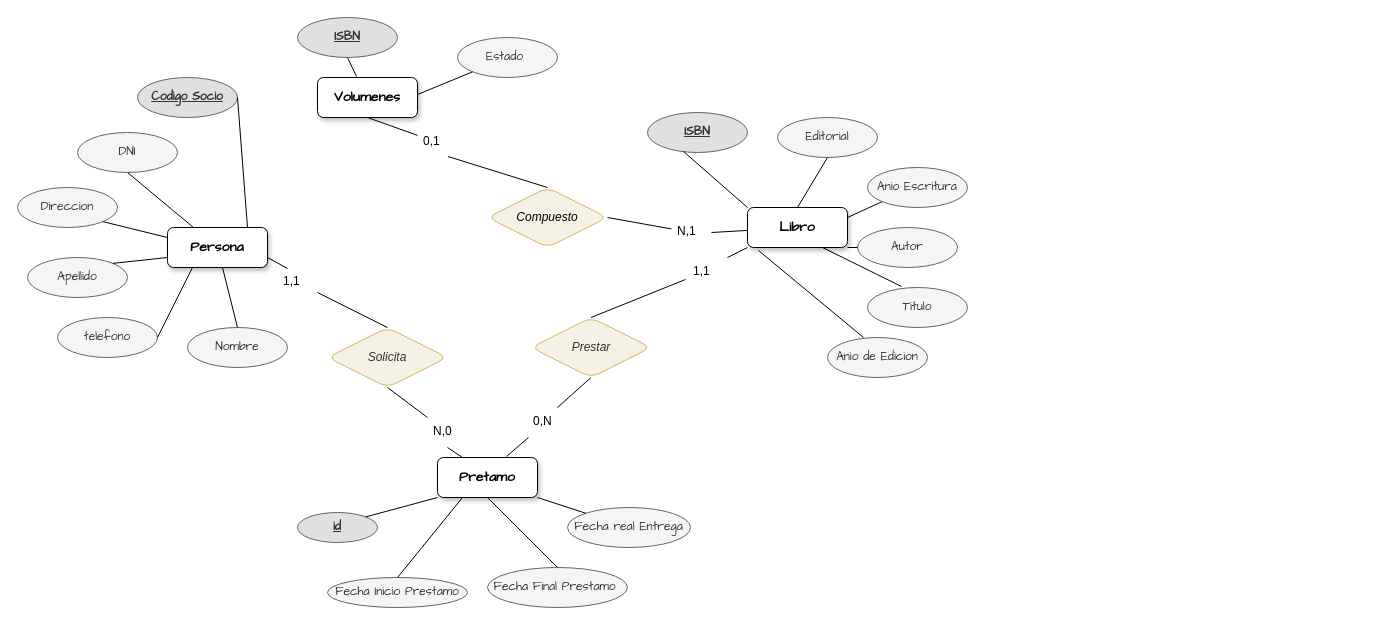
This is Actividad_01_C3_UD12.drawio from jordimall/jmg-tsys-ta12diagramasER-drawio-111023, a draw.io file, before an edit. Source tidied: cells renumbered, new cells numbered last; positions are measured from the earlier drawing's top-left corner, leaving out a move shared by most shapes. Both pictures are drawn from the tidied source at 100%, with x=0, y=0 at pixel (17, 17).
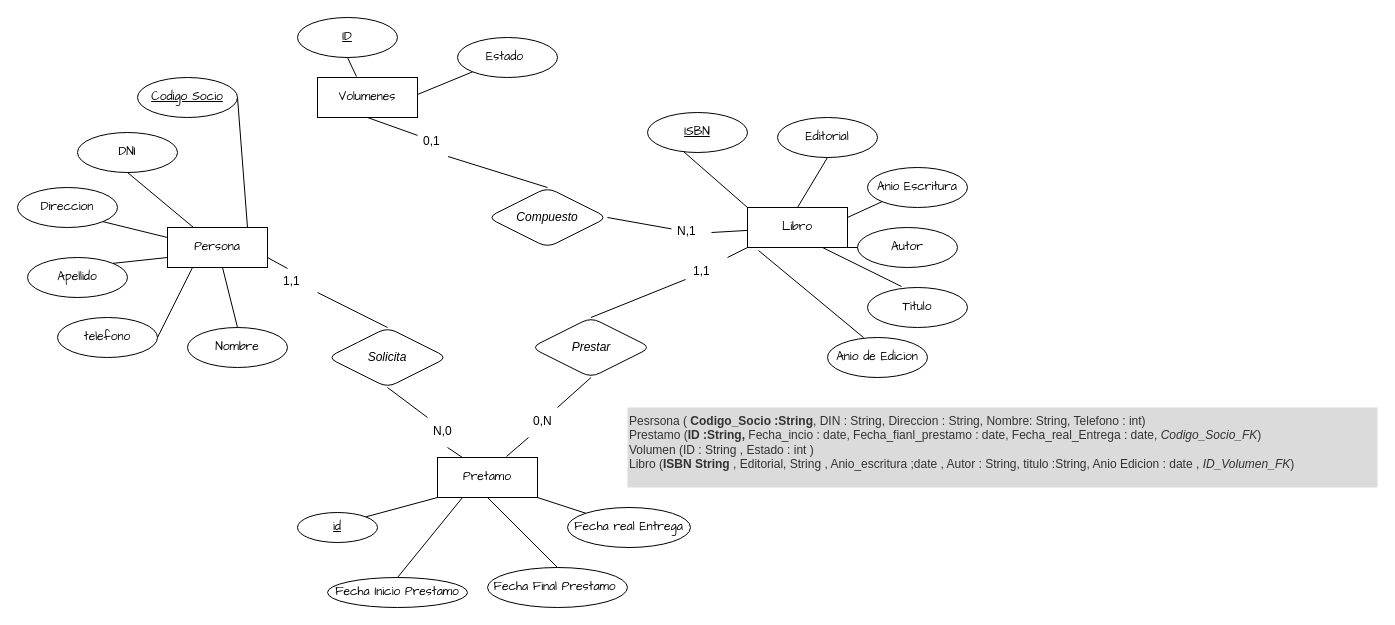
After the change.

Commit message:
Se añade esquema relacional.drawio

What changed in the source:
```diff
@@
-    <mxCell id="2" value="Persona" style="whiteSpace=wrap;html=1;align=center;fillStyle=auto;rounded=1;shadow=1;glass=0;strokeColor=default;labelBorderColor=none;labelBackgroundColor=none;fontSize=14;fontFamily=Comic Sans MS;fontStyle=1;" parent="1" vertex="1">
+    <mxCell id="2" value="Persona" style="whiteSpace=wrap;html=1;align=center;fillStyle=auto;rounded=0;shadow=0;glass=0;strokeColor=default;labelBorderColor=none;labelBackgroundColor=none;fontSize=12;fontFamily=Comic Sans MS;fontStyle=0;" parent="1" vertex="1">
       <mxGeometry x="150" y="210" width="100" height="40" as="geometry" />
     </mxCell>
-    <mxCell id="3" value="Libro" style="whiteSpace=wrap;html=1;align=center;rounded=1;shadow=1;labelBorderColor=none;labelBackgroundColor=none;fontSize=14;fontFamily=Comic Sans MS;fontStyle=1;" parent="1" vertex="1">
+    <mxCell id="3" value="Libro" style="whiteSpace=wrap;html=1;align=center;rounded=0;shadow=0;labelBorderColor=none;labelBackgroundColor=none;fontSize=12;fontFamily=Comic Sans MS;fontStyle=0;" parent="1" vertex="1">
       <mxGeometry x="730" y="190" width="100" height="40" as="geometry" />
     </mxCell>
-    <mxCell id="4" value="Pretamo" style="whiteSpace=wrap;html=1;align=center;rounded=1;shadow=1;labelBorderColor=none;labelBackgroundColor=none;fontSize=14;fontFamily=Comic Sans MS;fontStyle=1;" parent="1" vertex="1">
+    <mxCell id="4" value="Pretamo" style="whiteSpace=wrap;html=1;align=center;rounded=0;shadow=0;labelBorderColor=none;labelBackgroundColor=none;fontSize=12;fontFamily=Comic Sans MS;fontStyle=0;" parent="1" vertex="1">
       <mxGeometry x="420" y="440" width="100" height="40" as="geometry" />
     </mxCell>
-    <mxCell id="5" value="DNI" style="ellipse;whiteSpace=wrap;html=1;align=center;fillColor=#f5f5f5;fontColor=#333333;strokeColor=#666666;rounded=1;fontFamily=Comic Sans MS;" parent="1" vertex="1">
+    <mxCell id="5" value="DNI" style="ellipse;whiteSpace=wrap;html=1;align=center;rounded=1;fontFamily=Comic Sans MS;fontStyle=0;" parent="1" vertex="1">
       <mxGeometry x="60" y="115" width="100" height="40" as="geometry" />
     </mxCell>
-    <mxCell id="6" value="Codigo Socio" style="ellipse;whiteSpace=wrap;html=1;align=center;fontStyle=5;fillColor=#e0e0e0;fontColor=#333333;strokeColor=#666666;rounded=1;fontFamily=Comic Sans MS;" parent="1" vertex="1">
+    <mxCell id="6" value="Codigo Socio" style="ellipse;whiteSpace=wrap;html=1;align=center;fontStyle=4;rounded=1;fontFamily=Comic Sans MS;" parent="1" vertex="1">
       <mxGeometry x="120" y="60" width="100" height="40" as="geometry" />
     </mxCell>
-    <mxCell id="7" value="telefono" style="ellipse;whiteSpace=wrap;html=1;align=center;fillColor=#f5f5f5;fontColor=#333333;strokeColor=#666666;rounded=1;fontFamily=Comic Sans MS;" parent="1" vertex="1">
+    <mxCell id="7" value="telefono" style="ellipse;whiteSpace=wrap;html=1;align=center;rounded=1;fontFamily=Comic Sans MS;fontStyle=0;" parent="1" vertex="1">
       <mxGeometry x="40" y="300" width="100" height="40" as="geometry" />
     </mxCell>
-    <mxCell id="8" value="Direccion" style="ellipse;whiteSpace=wrap;html=1;align=center;fillColor=#f5f5f5;fontColor=#333333;strokeColor=#666666;rounded=1;fontFamily=Comic Sans MS;" parent="1" vertex="1">
+    <mxCell id="8" value="Direccion" style="ellipse;whiteSpace=wrap;html=1;align=center;rounded=1;fontFamily=Comic Sans MS;fontStyle=0;" parent="1" vertex="1">
       <mxGeometry y="170" width="100" height="40" as="geometry" />
     </mxCell>
-    <mxCell id="9" value="Apellido" style="ellipse;whiteSpace=wrap;html=1;align=center;fillColor=#f5f5f5;fontColor=#333333;strokeColor=#666666;rounded=1;fontFamily=Comic Sans MS;" parent="1" vertex="1">
+    <mxCell id="9" value="Apellido" style="ellipse;whiteSpace=wrap;html=1;align=center;rounded=1;fontFamily=Comic Sans MS;fontStyle=0;" parent="1" vertex="1">
       <mxGeometry x="10" y="240" width="100" height="40" as="geometry" />
     </mxCell>
-    <mxCell id="10" value="Nombre" style="ellipse;whiteSpace=wrap;html=1;align=center;fillColor=#f5f5f5;fontColor=#333333;strokeColor=#666666;rounded=1;fontFamily=Comic Sans MS;" parent="1" vertex="1">
+    <mxCell id="10" value="Nombre" style="ellipse;whiteSpace=wrap;html=1;align=center;rounded=1;fontFamily=Comic Sans MS;fontStyle=0;" parent="1" vertex="1">
       <mxGeometry x="170" y="310" width="100" height="40" as="geometry" />
     </mxCell>
-    <mxCell id="11" value="Titulo" style="ellipse;whiteSpace=wrap;html=1;align=center;fillColor=#f5f5f5;strokeColor=#666666;fontColor=#333333;rounded=1;fontFamily=Comic Sans MS;" parent="1" vertex="1">
+    <mxCell id="11" value="Titulo" style="ellipse;whiteSpace=wrap;html=1;align=center;rounded=1;fontFamily=Comic Sans MS;fontStyle=0;" parent="1" vertex="1">
       <mxGeometry x="850" y="270" width="100" height="40" as="geometry" />
     </mxCell>
-    <mxCell id="12" value="Editorial" style="ellipse;whiteSpace=wrap;html=1;align=center;fillColor=#f5f5f5;strokeColor=#666666;fontColor=#333333;rounded=1;fontFamily=Comic Sans MS;" parent="1" vertex="1">
+    <mxCell id="12" value="Editorial" style="ellipse;whiteSpace=wrap;html=1;align=center;rounded=1;fontFamily=Comic Sans MS;fontStyle=0;" parent="1" vertex="1">
       <mxGeometry x="760" y="100" width="100" height="40" as="geometry" />
     </mxCell>
-    <mxCell id="13" value="Anio de Edicion" style="ellipse;whiteSpace=wrap;html=1;align=center;fillStyle=auto;strokeColor=#666666;fillColor=#f5f5f5;fontColor=#333333;rounded=1;fontFamily=Comic Sans MS;" parent="1" vertex="1">
+    <mxCell id="13" value="Anio de Edicion" style="ellipse;whiteSpace=wrap;html=1;align=center;fillStyle=auto;rounded=1;fontFamily=Comic Sans MS;fontStyle=0;" parent="1" vertex="1">
       <mxGeometry x="810" y="320" width="100" height="40" as="geometry" />
     </mxCell>
-    <mxCell id="14" value="Autor" style="ellipse;whiteSpace=wrap;html=1;align=center;fillColor=#f5f5f5;strokeColor=#666666;fontColor=#333333;rounded=1;fontFamily=Comic Sans MS;" parent="1" vertex="1">
+    <mxCell id="14" value="Autor" style="ellipse;whiteSpace=wrap;html=1;align=center;rounded=1;fontFamily=Comic Sans MS;fontStyle=0;" parent="1" vertex="1">
       <mxGeometry x="840" y="210" width="100" height="40" as="geometry" />
     </mxCell>
-    <mxCell id="15" value="ISBN" style="ellipse;whiteSpace=wrap;html=1;align=center;fontStyle=5;fillColor=#e0e0e0;strokeColor=#666666;fontColor=#333333;rounded=1;fontFamily=Comic Sans MS;" parent="1" vertex="1">
+    <mxCell id="15" value="ISBN" style="ellipse;whiteSpace=wrap;html=1;align=center;fontStyle=4;rounded=1;fontFamily=Comic Sans MS;" parent="1" vertex="1">
       <mxGeometry x="630" y="95" width="100" height="40" as="geometry" />
     </mxCell>
-    <mxCell id="16" value="Anio Escritura" style="ellipse;whiteSpace=wrap;html=1;align=center;fillColor=#f5f5f5;strokeColor=#666666;fontColor=#333333;rounded=1;fontFamily=Comic Sans MS;" parent="1" vertex="1">
+    <mxCell id="16" value="Anio Escritura" style="ellipse;whiteSpace=wrap;html=1;align=center;rounded=1;fontFamily=Comic Sans MS;fontStyle=0;" parent="1" vertex="1">
       <mxGeometry x="850" y="150" width="100" height="40" as="geometry" />
     </mxCell>
-    <mxCell id="17" value="Fecha Inicio Prestamo" style="ellipse;whiteSpace=wrap;html=1;align=center;fillColor=#f5f5f5;strokeColor=#666666;fontColor=#333333;rounded=1;fontFamily=Comic Sans MS;" parent="1" vertex="1">
+    <mxCell id="17" value="Fecha Inicio Prestamo" style="ellipse;whiteSpace=wrap;html=1;align=center;rounded=1;fontFamily=Comic Sans MS;fontStyle=0;" parent="1" vertex="1">
       <mxGeometry x="310" y="560" width="140" height="30" as="geometry" />
     </mxCell>
-    <mxCell id="18" value="Estado&amp;nbsp;" style="ellipse;whiteSpace=wrap;html=1;align=center;fillColor=#f5f5f5;fontColor=#333333;strokeColor=#666666;rounded=1;fontFamily=Comic Sans MS;" parent="1" vertex="1">
+    <mxCell id="18" value="Estado&amp;nbsp;" style="ellipse;whiteSpace=wrap;html=1;align=center;rounded=1;fontFamily=Comic Sans MS;fontStyle=0;" parent="1" vertex="1">
       <mxGeometry x="440" y="20" width="100" height="40" as="geometry" />
     </mxCell>
-    <mxCell id="19" value="Fecha Final Prestamo&amp;nbsp;" style="ellipse;whiteSpace=wrap;html=1;align=center;fillColor=#f5f5f5;strokeColor=#666666;fontColor=#333333;rounded=1;fontFamily=Comic Sans MS;" parent="1" vertex="1">
+    <mxCell id="19" value="Fecha Final Prestamo&amp;nbsp;" style="ellipse;whiteSpace=wrap;html=1;align=center;rounded=1;fontFamily=Comic Sans MS;fontStyle=0;" parent="1" vertex="1">
       <mxGeometry x="470" y="550" width="140" height="40" as="geometry" />
     </mxCell>
-    <mxCell id="20" value="Fecha real Entrega" style="ellipse;whiteSpace=wrap;html=1;align=center;fillColor=#f5f5f5;strokeColor=#666666;fontColor=#333333;rounded=1;fontFamily=Comic Sans MS;" parent="1" vertex="1">
+    <mxCell id="20" value="Fecha real Entrega" style="ellipse;whiteSpace=wrap;html=1;align=center;rounded=1;fontFamily=Comic Sans MS;fontStyle=0;" parent="1" vertex="1">
       <mxGeometry x="550" y="490" width="123" height="40" as="geometry" />
     </mxCell>
@@
-    <mxCell id="23" value="Prestar" style="shape=rhombus;perimeter=rhombusPerimeter;whiteSpace=wrap;html=1;align=center;fillColor=#f6f1e5;fontColor=#333333;strokeColor=#d6b656;fontStyle=2;rounded=1;" parent="1" vertex="1">
+    <mxCell id="23" value="Prestar" style="shape=rhombus;perimeter=rhombusPerimeter;whiteSpace=wrap;html=1;align=center;fontStyle=2;rounded=1;" parent="1" vertex="1">
       <mxGeometry x="513.5" y="300" width="120" height="60" as="geometry" />
     </mxCell>
@@
-    <mxCell id="26" value="Solicita" style="shape=rhombus;perimeter=rhombusPerimeter;whiteSpace=wrap;html=1;align=center;fillColor=#f6f1e5;fontColor=#333333;strokeColor=#d6b656;fontStyle=2;rounded=1;" parent="1" vertex="1">
+    <mxCell id="26" value="Solicita" style="shape=rhombus;perimeter=rhombusPerimeter;whiteSpace=wrap;html=1;align=center;fontStyle=2;rounded=1;" parent="1" vertex="1">
       <mxGeometry x="310" y="310" width="120" height="60" as="geometry" />
     </mxCell>
@@
-    <mxCell id="28" value="id" style="ellipse;whiteSpace=wrap;html=1;align=center;fontStyle=5;fillColor=#e0e0e0;strokeColor=#666666;fontColor=#333333;rounded=1;fontFamily=Comic Sans MS;" parent="1" vertex="1">
+    <mxCell id="28" value="id" style="ellipse;whiteSpace=wrap;html=1;align=center;fontStyle=4;rounded=1;fontFamily=Comic Sans MS;" parent="1" vertex="1">
       <mxGeometry x="280" y="495" width="80" height="30" as="geometry" />
     </mxCell>
@@
-    <mxCell id="44" value="Volumenes" style="whiteSpace=wrap;html=1;align=center;shadow=1;rounded=1;labelBorderColor=none;labelBackgroundColor=none;fontSize=14;fontFamily=Comic Sans MS;fontStyle=1;" parent="1" vertex="1">
+    <mxCell id="44" value="Volumenes" style="whiteSpace=wrap;html=1;align=center;shadow=0;rounded=0;labelBorderColor=none;labelBackgroundColor=none;fontSize=12;fontFamily=Comic Sans MS;fontStyle=0;" parent="1" vertex="1">
       <mxGeometry x="300" y="60" width="100" height="40" as="geometry" />
     </mxCell>
@@
-    <mxCell id="46" value="ISBN" style="ellipse;whiteSpace=wrap;html=1;align=center;fontStyle=5;fillColor=#e0e0e0;fontColor=#333333;strokeColor=#666666;rounded=1;fontFamily=Comic Sans MS;" parent="1" vertex="1">
+    <mxCell id="46" value="ID" style="ellipse;whiteSpace=wrap;html=1;align=center;fontStyle=4;rounded=1;fontFamily=Comic Sans MS;" parent="1" vertex="1">
       <mxGeometry x="280" width="100" height="40" as="geometry" />
     </mxCell>
@@
-    <mxCell id="48" value="Compuesto" style="shape=rhombus;perimeter=rhombusPerimeter;whiteSpace=wrap;html=1;align=center;fillColor=#f6f1e5;strokeColor=#d6b656;fontStyle=2;rounded=1;" parent="1" vertex="1">
+    <mxCell id="48" value="Compuesto" style="shape=rhombus;perimeter=rhombusPerimeter;whiteSpace=wrap;html=1;align=center;fontStyle=2;rounded=1;" parent="1" vertex="1">
       <mxGeometry x="470" y="170" width="120" height="60" as="geometry" />
     </mxCell>
@@
+    <mxCell id="64" value="&lt;font&gt;&lt;font&gt;Pesrsona ( &lt;b&gt;Codigo_Socio :String&lt;/b&gt;, DIN : String, Direccion : String, Nombre: String, Telefono : int)&lt;br&gt;Prestamo (&lt;b&gt;ID :String, &lt;/b&gt;Fecha_incio : date, Fecha_fianl_prestamo : date, Fecha_real_Entrega : date, &lt;i&gt;Codigo_Socio_FK&lt;/i&gt;)&lt;br&gt;Volumen (ID : String , Estado : int )&lt;br&gt;Libro (&lt;b&gt;ISBN String &lt;/b&gt;, Editorial, String , Anio_escritura ;date , Autor : String, titulo :String, Anio Edicion : date , &lt;i&gt;ID_Volumen_FK&lt;/i&gt;)&amp;nbsp;&lt;br&gt;&lt;br&gt;&lt;/font&gt;&lt;/font&gt;" style="text;html=1;strokeColor=none;fillColor=#dbdbdb;align=left;verticalAlign=top;whiteSpace=wrap;rounded=0;horizontal=1;fontColor=#333333;" parent="1" vertex="1">
+      <mxGeometry x="610" y="390" width="750" height="80" as="geometry" />
+    </mxCell>
```
